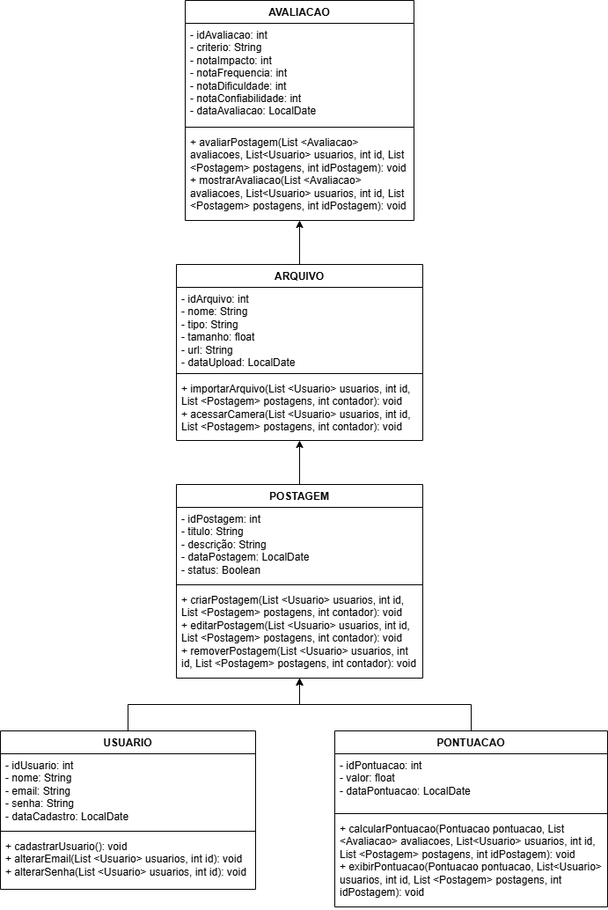
Above: back-end/java/Diagrama-Classes_PostUp.drawio.png in Challenge-Next-2026/PostUp (draw.io), before the change. Source tidied: cells renumbered, new cells last; positions are measured from the earlier drawing's top-left corner, leaving out a move shared by most shapes.
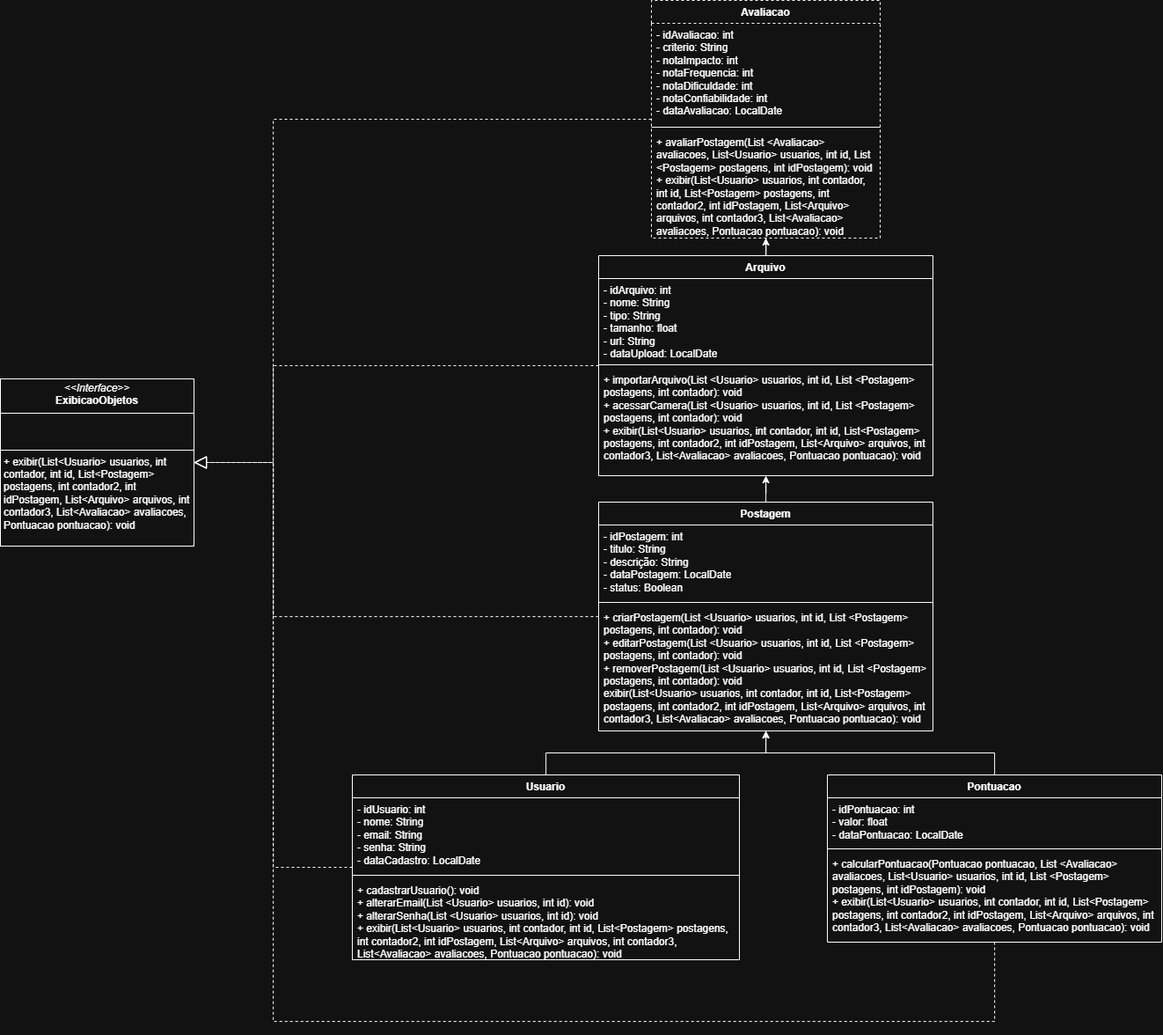
The same file after the commit.

Commit message:
feat: Atualizando diagrama de classes

The edit, as a diff of the source:
```diff
@@ -5,50 +5,50 @@
     <mxCell id="2" style="edgeStyle=orthogonalEdgeStyle;rounded=0;jettySize=auto;html=1;" parent="1" edge="1" source="3" target="8">
       <mxGeometry relative="1" as="geometry" />
     </mxCell>
-    <mxCell id="3" value="USUARIO" style="swimlane;fontStyle=1;align=center;verticalAlign=top;horizontal=1;startSize=26;whiteSpace=wrap;html=1;" parent="1" vertex="1">
-      <mxGeometry y="830" width="290" height="180" as="geometry" />
+    <mxCell id="3" value="Usuario" style="swimlane;fontStyle=1;align=center;verticalAlign=top;horizontal=1;startSize=26;whiteSpace=wrap;html=1;" parent="1" vertex="1">
+      <mxGeometry x="420" y="940" width="440" height="210" as="geometry" />
     </mxCell>
     <mxCell id="4" value="- idUsuario: int&lt;div&gt;- nome: String&lt;/div&gt;&lt;div&gt;- email: String&lt;/div&gt;&lt;div&gt;- senha: String&lt;/div&gt;&lt;div&gt;- dataCadastro: LocalDate&lt;/div&gt;" style="text;strokeColor=none;fillColor=none;align=left;verticalAlign=top;spacingLeft=4;spacingRight=4;overflow=hidden;whiteSpace=wrap;html=1;" parent="3" vertex="1">
-      <mxGeometry y="26" width="290" height="84" as="geometry" />
+      <mxGeometry y="26" width="440" height="84" as="geometry" />
     </mxCell>
     <mxCell id="5" style="line;strokeWidth=1;fillColor=none;align=left;verticalAlign=middle;spacingTop=-1;spacingLeft=3;spacingRight=3;labelPosition=right;strokeColor=inherit;" parent="3" vertex="1">
-      <mxGeometry y="110" width="290" height="8" as="geometry" />
+      <mxGeometry y="110" width="440" height="8" as="geometry" />
     </mxCell>
-    <mxCell id="6" value="+ cadastrarUsuario(): void&lt;div&gt;+ alterarEmail(List &amp;lt;Usuario&amp;gt; usuarios, int id): void&lt;/div&gt;&lt;div&gt;+ alterarSenha&lt;span style=&quot;background-color: transparent; color: light-dark(rgb(0, 0, 0), rgb(255, 255, 255));&quot;&gt;(List &amp;lt;Usuario&amp;gt; usuarios, int id): void&lt;/span&gt;&lt;/div&gt;" style="text;strokeColor=none;fillColor=none;align=left;verticalAlign=top;spacingLeft=4;spacingRight=4;overflow=hidden;whiteSpace=wrap;html=1;" parent="3" vertex="1">
-      <mxGeometry y="118" width="290" height="62" as="geometry" />
+    <mxCell id="6" value="+ cadastrarUsuario(): void&lt;div&gt;+ alterarEmail(List &amp;lt;Usuario&amp;gt; usuarios, int id): void&lt;/div&gt;&lt;div&gt;+ alterarSenha&lt;span style=&quot;background-color: transparent; color: light-dark(rgb(0, 0, 0), rgb(255, 255, 255));&quot;&gt;(List &amp;lt;Usuario&amp;gt; usuarios, int id): void&lt;br&gt;+&amp;nbsp;&lt;/span&gt;&lt;span style=&quot;background-color: transparent; color: light-dark(rgb(0, 0, 0), rgb(255, 255, 255));&quot;&gt;exibir(&lt;/span&gt;&lt;span style=&quot;background-color: transparent; color: light-dark(rgb(0, 0, 0), rgb(255, 255, 255));&quot;&gt;List&amp;lt;Usuario&amp;gt; usuarios, int contador, int id, List&amp;lt;Postagem&amp;gt; postagens, int contador2, int idPostagem, List&amp;lt;Arquivo&amp;gt; arquivos, int contador3, List&amp;lt;Avaliacao&amp;gt; avaliacoes, Pontuacao pontuacao): void&lt;/span&gt;&lt;/div&gt;" style="text;strokeColor=none;fillColor=none;align=left;verticalAlign=top;spacingLeft=4;spacingRight=4;overflow=hidden;whiteSpace=wrap;html=1;" parent="3" vertex="1">
+      <mxGeometry y="118" width="440" height="92" as="geometry" />
     </mxCell>
     <mxCell id="7" style="edgeStyle=orthogonalEdgeStyle;rounded=0;jettySize=auto;html=1;" parent="1" edge="1" source="8" target="13">
       <mxGeometry relative="1" as="geometry" />
     </mxCell>
-    <mxCell id="8" value="POSTAGEM" style="swimlane;fontStyle=1;align=center;verticalAlign=top;horizontal=1;startSize=26;whiteSpace=wrap;html=1;" parent="1" vertex="1">
-      <mxGeometry x="200" y="550" width="280" height="220" as="geometry" />
+    <mxCell id="8" value="Postagem" style="swimlane;fontStyle=1;align=center;verticalAlign=top;horizontal=1;startSize=26;whiteSpace=wrap;html=1;" parent="1" vertex="1">
+      <mxGeometry x="700" y="630" width="380" height="260" as="geometry" />
     </mxCell>
     <mxCell id="9" value="- idPostagem: int&lt;div&gt;- titulo: String&lt;/div&gt;&lt;div&gt;- descrição: String&lt;/div&gt;&lt;div&gt;- dataPostagem: LocalDate&lt;/div&gt;&lt;div&gt;- status: Boolean&lt;/div&gt;" style="text;strokeColor=none;fillColor=none;align=left;verticalAlign=top;spacingLeft=4;spacingRight=4;overflow=hidden;whiteSpace=wrap;html=1;" parent="8" vertex="1">
-      <mxGeometry y="26" width="280" height="84" as="geometry" />
+      <mxGeometry y="26" width="380" height="84" as="geometry" />
     </mxCell>
     <mxCell id="10" style="line;strokeWidth=1;fillColor=none;align=left;verticalAlign=middle;spacingTop=-1;spacingLeft=3;spacingRight=3;labelPosition=right;strokeColor=inherit;" parent="8" vertex="1">
-      <mxGeometry y="110" width="280" height="8" as="geometry" />
+      <mxGeometry y="110" width="380" height="8" as="geometry" />
     </mxCell>
-    <mxCell id="11" value="+ criarPostagem(List &amp;lt;Usuario&amp;gt; usuarios, int id, List &amp;lt;Postagem&amp;gt; postagens, int contador): void&lt;div&gt;&lt;span style=&quot;background-color: transparent; color: light-dark(rgb(0, 0, 0), rgb(255, 255, 255));&quot;&gt;+ editarPostagem(&lt;/span&gt;&lt;span style=&quot;background-color: transparent; color: light-dark(rgb(0, 0, 0), rgb(255, 255, 255));&quot;&gt;List &amp;lt;Usuario&amp;gt; usuarios, int id, List &amp;lt;Postagem&amp;gt; postagens, int contador&lt;/span&gt;&lt;span style=&quot;background-color: transparent; color: light-dark(rgb(0, 0, 0), rgb(255, 255, 255));&quot;&gt;): void&lt;/span&gt;&lt;/div&gt;&lt;div&gt;&lt;span style=&quot;background-color: transparent; color: light-dark(rgb(0, 0, 0), rgb(255, 255, 255));&quot;&gt;+ removerPostagem(&lt;/span&gt;&lt;span style=&quot;background-color: transparent; color: light-dark(rgb(0, 0, 0), rgb(255, 255, 255));&quot;&gt;List &amp;lt;Usuario&amp;gt; usuarios, int id, List &amp;lt;Postagem&amp;gt; postagens, int contador&lt;/span&gt;&lt;span style=&quot;background-color: transparent; color: light-dark(rgb(0, 0, 0), rgb(255, 255, 255));&quot;&gt;): void&lt;/span&gt;&lt;/div&gt;" style="text;strokeColor=none;fillColor=none;align=left;verticalAlign=top;spacingLeft=4;spacingRight=4;overflow=hidden;whiteSpace=wrap;html=1;" parent="8" vertex="1">
-      <mxGeometry y="118" width="280" height="102" as="geometry" />
+    <mxCell id="11" value="+ criarPostagem(List &amp;lt;Usuario&amp;gt; usuarios, int id, List &amp;lt;Postagem&amp;gt; postagens, int contador): void&lt;div&gt;&lt;span style=&quot;background-color: transparent; color: light-dark(rgb(0, 0, 0), rgb(255, 255, 255));&quot;&gt;+ editarPostagem(&lt;/span&gt;&lt;span style=&quot;background-color: transparent; color: light-dark(rgb(0, 0, 0), rgb(255, 255, 255));&quot;&gt;List &amp;lt;Usuario&amp;gt; usuarios, int id, List &amp;lt;Postagem&amp;gt; postagens, int contador&lt;/span&gt;&lt;span style=&quot;background-color: transparent; color: light-dark(rgb(0, 0, 0), rgb(255, 255, 255));&quot;&gt;): void&lt;/span&gt;&lt;/div&gt;&lt;div&gt;&lt;span style=&quot;background-color: transparent; color: light-dark(rgb(0, 0, 0), rgb(255, 255, 255));&quot;&gt;+ removerPostagem(&lt;/span&gt;&lt;span style=&quot;background-color: transparent; color: light-dark(rgb(0, 0, 0), rgb(255, 255, 255));&quot;&gt;List &amp;lt;Usuario&amp;gt; usuarios, int id, List &amp;lt;Postagem&amp;gt; postagens, int contador&lt;/span&gt;&lt;span style=&quot;background-color: transparent; color: light-dark(rgb(0, 0, 0), rgb(255, 255, 255));&quot;&gt;): void&lt;/span&gt;&lt;/div&gt;&lt;div&gt;&lt;span style=&quot;background-color: transparent;&quot;&gt;exibir(List&amp;lt;Usuario&amp;gt; usuarios, int contador, int id, List&amp;lt;Postagem&amp;gt; postagens, int contador2, int idPostagem, List&amp;lt;Arquivo&amp;gt; arquivos, int contador3, List&amp;lt;Avaliacao&amp;gt; avaliacoes, Pontuacao pontuacao): void&lt;/span&gt;&lt;/div&gt;" style="text;strokeColor=none;fillColor=none;align=left;verticalAlign=top;spacingLeft=4;spacingRight=4;overflow=hidden;whiteSpace=wrap;html=1;" parent="8" vertex="1">
+      <mxGeometry y="118" width="380" height="142" as="geometry" />
     </mxCell>
     <mxCell id="12" style="edgeStyle=orthogonalEdgeStyle;rounded=0;jettySize=auto;html=1;" parent="1" edge="1" source="13" target="17">
       <mxGeometry relative="1" as="geometry" />
     </mxCell>
-    <mxCell id="13" value="ARQUIVO" style="swimlane;fontStyle=1;align=center;verticalAlign=top;horizontal=1;startSize=26;whiteSpace=wrap;html=1;" parent="1" vertex="1">
-      <mxGeometry x="200" y="300" width="280" height="200" as="geometry" />
+    <mxCell id="13" value="Arquivo" style="swimlane;fontStyle=1;align=center;verticalAlign=top;horizontal=1;startSize=26;whiteSpace=wrap;html=1;" parent="1" vertex="1">
+      <mxGeometry x="700" y="350" width="380" height="250" as="geometry" />
     </mxCell>
     <mxCell id="14" value="- idArquivo: int&lt;div&gt;- nome: String&lt;/div&gt;&lt;div&gt;- tipo: String&lt;/div&gt;&lt;div&gt;- tamanho: float&lt;/div&gt;&lt;div&gt;- url: String&lt;/div&gt;&lt;div&gt;- dataUpload: LocalDate&lt;/div&gt;" style="text;strokeColor=none;fillColor=none;align=left;verticalAlign=top;spacingLeft=4;spacingRight=4;overflow=hidden;whiteSpace=wrap;html=1;" parent="13" vertex="1">
-      <mxGeometry y="26" width="280" height="94" as="geometry" />
+      <mxGeometry y="26" width="380" height="94" as="geometry" />
     </mxCell>
     <mxCell id="15" style="line;strokeWidth=1;fillColor=none;align=left;verticalAlign=middle;spacingTop=-1;spacingLeft=3;spacingRight=3;labelPosition=right;strokeColor=inherit;" parent="13" vertex="1">
-      <mxGeometry y="120" width="280" height="8" as="geometry" />
+      <mxGeometry y="120" width="380" height="8" as="geometry" />
     </mxCell>
-    <mxCell id="16" value="+ importarArquivo(List &amp;lt;Usuario&amp;gt; usuarios, int id, List &amp;lt;Postagem&amp;gt; postagens, int contador): void&lt;div&gt;&lt;span style=&quot;background-color: transparent; color: light-dark(rgb(0, 0, 0), rgb(255, 255, 255));&quot;&gt;+ acessarCamera(&lt;/span&gt;&lt;span style=&quot;background-color: transparent; color: light-dark(rgb(0, 0, 0), rgb(255, 255, 255));&quot;&gt;List &amp;lt;Usuario&amp;gt; usuarios, int id, List &amp;lt;Postagem&amp;gt; postagens, int contador&lt;/span&gt;&lt;span style=&quot;background-color: transparent; color: light-dark(rgb(0, 0, 0), rgb(255, 255, 255));&quot;&gt;): void&lt;/span&gt;&lt;/div&gt;" style="text;strokeColor=none;fillColor=none;align=left;verticalAlign=top;spacingLeft=4;spacingRight=4;overflow=hidden;whiteSpace=wrap;html=1;" parent="13" vertex="1">
-      <mxGeometry y="128" width="280" height="72" as="geometry" />
+    <mxCell id="16" value="+ importarArquivo(List &amp;lt;Usuario&amp;gt; usuarios, int id, List &amp;lt;Postagem&amp;gt; postagens, int contador): void&lt;div&gt;&lt;span style=&quot;background-color: transparent; color: light-dark(rgb(0, 0, 0), rgb(255, 255, 255));&quot;&gt;+ acessarCamera(&lt;/span&gt;&lt;span style=&quot;background-color: transparent; color: light-dark(rgb(0, 0, 0), rgb(255, 255, 255));&quot;&gt;List &amp;lt;Usuario&amp;gt; usuarios, int id, List &amp;lt;Postagem&amp;gt; postagens, int contador&lt;/span&gt;&lt;span style=&quot;background-color: transparent; color: light-dark(rgb(0, 0, 0), rgb(255, 255, 255));&quot;&gt;): void&lt;/span&gt;&lt;/div&gt;&lt;div&gt;&lt;span style=&quot;background-color: transparent; color: light-dark(rgb(0, 0, 0), rgb(255, 255, 255));&quot;&gt;+&amp;nbsp;&lt;/span&gt;&lt;span style=&quot;background-color: transparent;&quot;&gt;exibir(List&amp;lt;Usuario&amp;gt; usuarios, int contador, int id, List&amp;lt;Postagem&amp;gt; postagens, int contador2, int idPostagem, List&amp;lt;Arquivo&amp;gt; arquivos, int contador3, List&amp;lt;Avaliacao&amp;gt; avaliacoes, Pontuacao pontuacao): void&lt;/span&gt;&lt;/div&gt;" style="text;strokeColor=none;fillColor=none;align=left;verticalAlign=top;spacingLeft=4;spacingRight=4;overflow=hidden;whiteSpace=wrap;html=1;" parent="13" vertex="1">
+      <mxGeometry y="128" width="380" height="122" as="geometry" />
     </mxCell>
-    <mxCell id="17" value="AVALIACAO" style="swimlane;fontStyle=1;align=center;verticalAlign=top;horizontal=1;startSize=26;whiteSpace=wrap;html=1;" parent="1" vertex="1">
-      <mxGeometry x="210" width="260" height="250" as="geometry" />
+    <mxCell id="17" value="Avaliacao" style="swimlane;fontStyle=1;align=center;verticalAlign=top;horizontal=1;startSize=26;whiteSpace=wrap;html=1;dashed=1;" parent="1" vertex="1">
+      <mxGeometry x="760" y="60" width="260" height="270" as="geometry" />
     </mxCell>
     <mxCell id="18" value="- idAvaliacao: int&lt;div&gt;- criterio: String&lt;br&gt;&lt;div&gt;- notaImpacto: int&lt;/div&gt;&lt;div&gt;- notaFrequencia: int&lt;/div&gt;&lt;div&gt;- notaDificuldade: int&lt;/div&gt;&lt;div&gt;- notaConfiabilidade: int&lt;/div&gt;&lt;div&gt;- dataAvaliacao: LocalDate&lt;/div&gt;&lt;/div&gt;" style="text;strokeColor=none;fillColor=none;align=left;verticalAlign=top;spacingLeft=4;spacingRight=4;overflow=hidden;whiteSpace=wrap;html=1;" parent="17" vertex="1">
       <mxGeometry y="26" width="260" height="114" as="geometry" />
@@ -56,23 +56,62 @@
     <mxCell id="19" style="line;strokeWidth=1;fillColor=none;align=left;verticalAlign=middle;spacingTop=-1;spacingLeft=3;spacingRight=3;labelPosition=right;strokeColor=inherit;" parent="17" vertex="1">
       <mxGeometry y="140" width="260" height="8" as="geometry" />
     </mxCell>
-    <mxCell id="20" value="+ avaliarPostagem(List &amp;lt;Avaliacao&amp;gt; avaliacoes, List&amp;lt;Usuario&amp;gt; usuarios, int id, List &amp;lt;Postagem&amp;gt; postagens, int idPostagem): void&lt;div&gt;&lt;span style=&quot;background-color: transparent; color: light-dark(rgb(0, 0, 0), rgb(255, 255, 255));&quot;&gt;+ mostrarAvaliacao(&lt;/span&gt;&lt;span style=&quot;background-color: transparent;&quot;&gt;List &amp;lt;Avaliacao&amp;gt; avaliacoes, List&amp;lt;Usuario&amp;gt; usuarios, int id, List &amp;lt;Postagem&amp;gt; postagens, int idPostagem&lt;/span&gt;&lt;span style=&quot;background-color: transparent; color: light-dark(rgb(0, 0, 0), rgb(255, 255, 255));&quot;&gt;): void&lt;/span&gt;&lt;/div&gt;" style="text;strokeColor=none;fillColor=none;align=left;verticalAlign=top;spacingLeft=4;spacingRight=4;overflow=hidden;whiteSpace=wrap;html=1;" parent="17" vertex="1">
-      <mxGeometry y="148" width="260" height="102" as="geometry" />
+    <mxCell id="20" value="+ avaliarPostagem(List &amp;lt;Avaliacao&amp;gt; avaliacoes, List&amp;lt;Usuario&amp;gt; usuarios, int id, List &amp;lt;Postagem&amp;gt; postagens, int idPostagem): void&lt;div&gt;&lt;span style=&quot;background-color: transparent; color: light-dark(rgb(0, 0, 0), rgb(255, 255, 255));&quot;&gt;+ exibir(&lt;/span&gt;&lt;span style=&quot;background-color: transparent;&quot;&gt;List&amp;lt;Usuario&amp;gt; usuarios, int contador, int id, List&amp;lt;Postagem&amp;gt; postagens, int contador2, int idPostagem, List&amp;lt;Arquivo&amp;gt; arquivos, int contador3, List&amp;lt;Avaliacao&amp;gt; avaliacoes, Pontuacao pontuacao): void&lt;/span&gt;&lt;/div&gt;" style="text;strokeColor=none;fillColor=none;align=left;verticalAlign=top;spacingLeft=4;spacingRight=4;overflow=hidden;whiteSpace=wrap;html=1;" parent="17" vertex="1">
+      <mxGeometry y="148" width="260" height="122" as="geometry" />
     </mxCell>
     <mxCell id="21" style="edgeStyle=orthogonalEdgeStyle;rounded=0;jettySize=auto;html=1;" parent="1" edge="1" source="22" target="8">
       <mxGeometry relative="1" as="geometry" />
     </mxCell>
-    <mxCell id="22" value="PONTUACAO" style="swimlane;fontStyle=1;align=center;verticalAlign=top;horizontal=1;startSize=26;whiteSpace=wrap;html=1;" parent="1" vertex="1">
-      <mxGeometry x="380" y="830" width="310" height="200" as="geometry" />
+    <mxCell id="22" value="Pontuacao" style="swimlane;fontStyle=1;align=center;verticalAlign=top;horizontal=1;startSize=26;whiteSpace=wrap;html=1;" parent="1" vertex="1">
+      <mxGeometry x="960" y="940" width="380" height="190" as="geometry" />
     </mxCell>
     <mxCell id="23" value="- idPontuacao: int&lt;div&gt;- valor: float&lt;/div&gt;&lt;div&gt;- dataPontuacao: LocalDate&lt;/div&gt;" style="text;strokeColor=none;fillColor=none;align=left;verticalAlign=top;spacingLeft=4;spacingRight=4;overflow=hidden;whiteSpace=wrap;html=1;" parent="22" vertex="1">
-      <mxGeometry y="26" width="310" height="64" as="geometry" />
+      <mxGeometry y="26" width="380" height="54" as="geometry" />
     </mxCell>
     <mxCell id="24" style="line;strokeWidth=1;fillColor=none;align=left;verticalAlign=middle;spacingTop=-1;spacingLeft=3;spacingRight=3;labelPosition=right;strokeColor=inherit;" parent="22" vertex="1">
-      <mxGeometry y="90" width="310" height="8" as="geometry" />
+      <mxGeometry y="80" width="380" height="8" as="geometry" />
     </mxCell>
-    <mxCell id="25" value="+ calcularPontuacao(Pontuacao pontuacao, List &amp;lt;Avaliacao&amp;gt; avaliacoes, List&amp;lt;Usuario&amp;gt; usuarios, int id, List &amp;lt;Postagem&amp;gt; postagens, int idPostagem): void&lt;div&gt;+ exibirPontuacao(Pontuacao pontuacao, List&amp;lt;Usuario&amp;gt; usuarios, int id, List &amp;lt;Postagem&amp;gt; postagens, int idPostagem): void&amp;nbsp;&lt;br&gt;&lt;/div&gt;" style="text;strokeColor=none;fillColor=none;align=left;verticalAlign=top;spacingLeft=4;spacingRight=4;overflow=hidden;whiteSpace=wrap;html=1;" parent="22" vertex="1">
-      <mxGeometry y="98" width="310" height="102" as="geometry" />
+    <mxCell id="25" value="+ calcularPontuacao(Pontuacao pontuacao, List &amp;lt;Avaliacao&amp;gt; avaliacoes, List&amp;lt;Usuario&amp;gt; usuarios, int id, List &amp;lt;Postagem&amp;gt; postagens, int idPostagem): void&lt;div&gt;&lt;span style=&quot;background-color: transparent; color: light-dark(rgb(0, 0, 0), rgb(255, 255, 255));&quot;&gt;+ exibir(&lt;/span&gt;&lt;span style=&quot;background-color: transparent; color: light-dark(rgb(0, 0, 0), rgb(255, 255, 255));&quot;&gt;List&amp;lt;Usuario&amp;gt; usuarios, int contador, int id, List&amp;lt;Postagem&amp;gt; postagens, int contador2, int idPostagem, List&amp;lt;Arquivo&amp;gt; arquivos, int contador3, List&amp;lt;Avaliacao&amp;gt; avaliacoes, Pontuacao pontuacao): void&lt;/span&gt;&lt;/div&gt;" style="text;strokeColor=none;fillColor=none;align=left;verticalAlign=top;spacingLeft=4;spacingRight=4;overflow=hidden;whiteSpace=wrap;html=1;" parent="22" vertex="1">
+      <mxGeometry y="88" width="380" height="102" as="geometry" />
     </mxCell>
+    <mxCell id="26" value="&lt;p style=&quot;margin:0px;margin-top:4px;text-align:center;&quot;&gt;&lt;i&gt;&amp;lt;&amp;lt;Interface&amp;gt;&amp;gt;&lt;/i&gt;&lt;br&gt;&lt;b&gt;ExibicaoObjetos&lt;/b&gt;&lt;/p&gt;&lt;hr size=&quot;1&quot; style=&quot;border-style:solid;&quot;&gt;&lt;p style=&quot;margin:0px;margin-left:4px;&quot;&gt;&lt;br&gt;&lt;br&gt;&lt;/p&gt;&lt;hr size=&quot;1&quot; style=&quot;border-style:solid;&quot;&gt;&lt;p style=&quot;margin:0px;margin-left:4px;&quot;&gt;+ exibir(List&amp;lt;Usuario&amp;gt; usuarios, int contador, int id, List&amp;lt;Postagem&amp;gt; postagens, int contador2, int idPostagem, List&amp;lt;Arquivo&amp;gt; arquivos, int contador3, List&amp;lt;Avaliacao&amp;gt; avaliacoes, Pontuacao pontuacao): void&lt;/p&gt;" style="verticalAlign=top;align=left;overflow=fill;html=1;whiteSpace=wrap;" parent="1" vertex="1">
+      <mxGeometry x="20" y="490" width="220" height="190" as="geometry" />
+    </mxCell>
+    <mxCell id="27" style="endArrow=block;dashed=1;endFill=0;endSize=12;html=1;rounded=0;edgeStyle=orthogonalEdgeStyle;entryX=1;entryY=0.5;entryDx=0;entryDy=0;exitX=0;exitY=0.5;exitDx=0;exitDy=0;" parent="1" edge="1" source="17" target="26">
+      <mxGeometry relative="1" as="geometry">
+        <Array as="points">
+          <mxPoint x="330" y="195" />
+          <mxPoint x="330" y="585" />
+        </Array>
+      </mxGeometry>
+    </mxCell>
+    <mxCell id="28" style="endArrow=block;dashed=1;endFill=0;endSize=12;html=1;rounded=0;edgeStyle=orthogonalEdgeStyle;entryX=1;entryY=0.5;entryDx=0;entryDy=0;" parent="1" edge="1" source="13" target="26">
+      <mxGeometry relative="1" as="geometry">
+        <Array as="points">
+          <mxPoint x="330" y="475" />
+          <mxPoint x="330" y="585" />
+        </Array>
+      </mxGeometry>
+    </mxCell>
+    <mxCell id="29" style="endArrow=block;dashed=1;endFill=0;endSize=12;html=1;rounded=0;edgeStyle=orthogonalEdgeStyle;entryX=1;entryY=0.5;entryDx=0;entryDy=0;" parent="1" edge="1" source="8" target="26">
+      <mxGeometry relative="1" as="geometry">
+        <Array as="points">
+          <mxPoint x="330" y="760" />
+          <mxPoint x="330" y="585" />
+        </Array>
+      </mxGeometry>
+    </mxCell>
+    <mxCell id="30" style="endArrow=block;dashed=1;endFill=0;endSize=12;html=1;rounded=0;edgeStyle=orthogonalEdgeStyle;entryX=1;entryY=0.5;entryDx=0;entryDy=0;" parent="1" edge="1" source="3" target="26">
+      <mxGeometry relative="1" as="geometry" />
+    </mxCell>
+    <mxCell id="31" style="endArrow=block;dashed=1;endFill=0;endSize=12;html=1;rounded=0;edgeStyle=orthogonalEdgeStyle;entryX=1;entryY=0.5;entryDx=0;entryDy=0;" parent="1" edge="1" source="22" target="26">
+      <mxGeometry relative="1" as="geometry">
+        <Array as="points">
+          <mxPoint x="1150" y="1220" />
+          <mxPoint x="330" y="1220" />
+          <mxPoint x="330" y="585" />
+        </Array>
+      </mxGeometry>
+    </mxCell>
   </root>
 </mxGraphModel>
```
